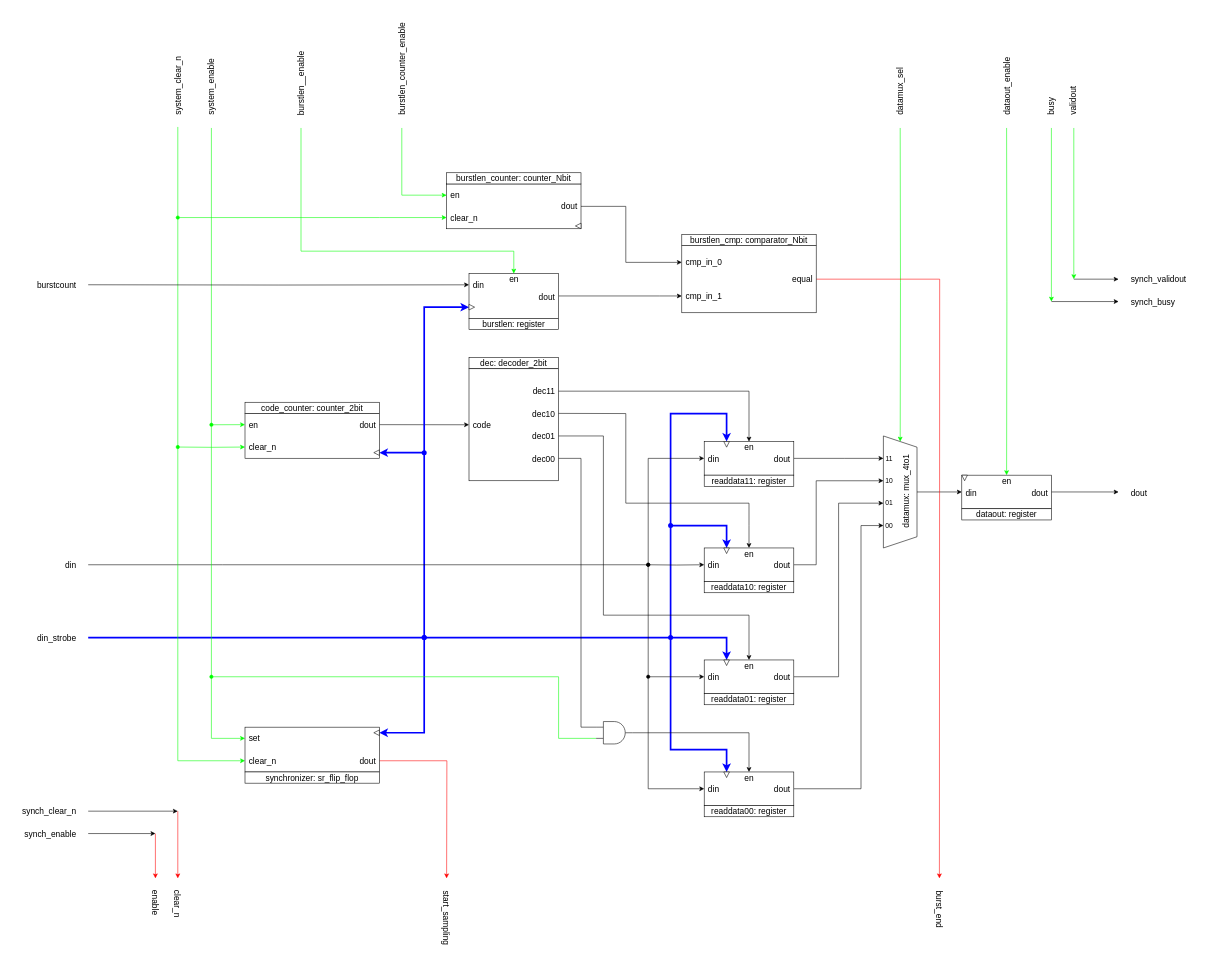
This is page "synchronizer: RTL" (5 of 10) of IP_cores/AvalonMM_to_hRAM/SSRAM_to_hRAM_v1/rtl/SSRAM_to_hRAM.drawio from AndreaBononi/IP_cores, a draw.io file, before an edit. Source tidied: cells renumbered, new cells numbered last; positions are measured from the earlier drawing's top-left corner, leaving out a move shared by most shapes. Both pictures are drawn from the tidied source at 56%, with x=0, y=0 at pixel (10, 54).
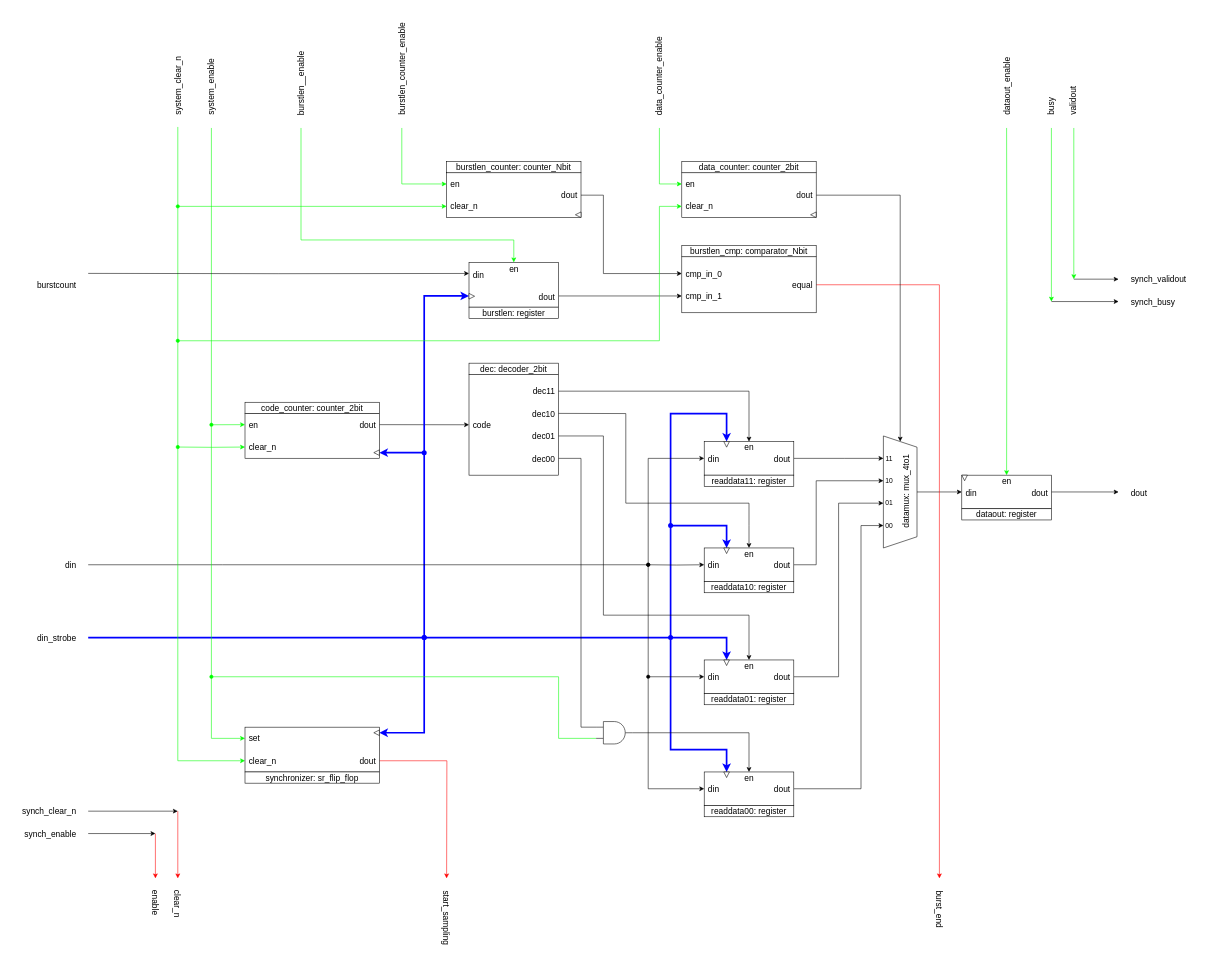
Above is the later version.

Unchanged cells that the change refers to:
```xml
<mxCell id="31" style="shape=trapezoid;perimeter=trapezoidPerimeter;whiteSpace=wrap;html=1;fixedSize=1;direction=south;horizontal=0;align=center;verticalAlign=bottom;" parent="1" vertex="1">
  <mxGeometry x="1560" y="681" width="60" height="200" as="geometry" />
</mxCell>
```

Diff of the diagram source:
```diff
@@
     <mxCell id="12" value="&lt;font style=&quot;font-size: 15px;&quot;&gt;dec: decoder_2bit&lt;/font&gt;" style="rounded=0;whiteSpace=wrap;html=1;" parent="1" vertex="1">
-      <mxGeometry x="820" y="541" width="160" height="20" as="geometry" />
+      <mxGeometry x="820" y="551" width="160" height="20" as="geometry" />
     </mxCell>
     <mxCell id="13" style="rounded=0;whiteSpace=wrap;html=1;" parent="1" vertex="1">
-      <mxGeometry x="820" y="561" width="160" height="200" as="geometry" />
+      <mxGeometry x="820" y="571" width="160" height="180" as="geometry" />
     </mxCell>
@@
-    <mxCell id="29" style="edgeStyle=orthogonalEdgeStyle;rounded=0;jettySize=auto;html=1;entryX=0;entryY=0.5;entryDx=0;entryDy=0;strokeColor=#00FF00;" parent="1" edge="1" target="31">
+    <mxCell id="29" style="edgeStyle=orthogonalEdgeStyle;rounded=0;jettySize=auto;html=1;strokeColor=#00FF00;entryX=0;entryY=0.25;entryDx=0;entryDy=0;" parent="1" edge="1" target="142">
       <mxGeometry relative="1" as="geometry">
-        <mxPoint x="1590" y="131" as="sourcePoint" />
+        <mxPoint x="1160" y="131" as="sourcePoint" />
+        <Array as="points">
+          <mxPoint x="1160" y="131" />
+          <mxPoint x="1160" y="231" />
+        </Array>
       </mxGeometry>
     </mxCell>
@@
-    <mxCell id="77" value="&lt;font style=&quot;font-size: 15px;&quot;&gt;datamux_sel&lt;/font&gt;" style="text;html=1;align=left;verticalAlign=middle;strokeColor=none;fillColor=none;rotation=-90;" parent="1" vertex="1">
-      <mxGeometry x="1535" y="40" width="110" height="30" as="geometry" />
+    <mxCell id="77" value="&lt;font style=&quot;font-size: 15px;&quot;&gt;data_counter_enable&lt;/font&gt;" style="text;html=1;align=left;verticalAlign=middle;strokeColor=none;fillColor=none;rotation=-90;" parent="1" vertex="1">
+      <mxGeometry x="1080" y="16" width="160" height="30" as="geometry" />
     </mxCell>
@@
     <mxCell id="93" style="edgeStyle=orthogonalEdgeStyle;rounded=0;jettySize=auto;html=1;entryX=0.5;entryY=0;entryDx=0;entryDy=0;strokeColor=#00FF00;startArrow=none;startFill=0;" parent="1" edge="1" target="96">
       <mxGeometry relative="1" as="geometry">
         <mxPoint x="520" y="131" as="sourcePoint" />
         <Array as="points">
-          <mxPoint x="900" y="351" />
+          <mxPoint x="520" y="331" />
+          <mxPoint x="900" y="331" />
         </Array>
       </mxGeometry>
     </mxCell>
     <mxCell id="94" style="edgeStyle=orthogonalEdgeStyle;rounded=0;orthogonalLoop=1;jettySize=auto;html=1;entryX=0;entryY=0.75;entryDx=0;entryDy=0;" parent="1" edge="1">
       <mxGeometry relative="1" as="geometry">
-        <mxPoint x="140" y="411" as="sourcePoint" />
-        <mxPoint x="820" y="411.1" as="targetPoint" />
+        <mxPoint x="140" y="390.7" as="sourcePoint" />
+        <mxPoint x="820" y="390.8" as="targetPoint" />
       </mxGeometry>
     </mxCell>
-    <mxCell id="95" style="edgeStyle=orthogonalEdgeStyle;rounded=0;jettySize=auto;html=1;exitX=1;exitY=0.5;exitDx=0;exitDy=0;entryX=0;entryY=0.75;entryDx=0;entryDy=0;" parent="1" edge="1" source="96" target="113">
+    <mxCell id="95" style="edgeStyle=orthogonalEdgeStyle;rounded=0;jettySize=auto;html=1;exitX=1;exitY=0.75;exitDx=0;exitDy=0;" parent="1" edge="1" source="96">
       <mxGeometry relative="1" as="geometry">
+        <mxPoint x="1200" y="431" as="targetPoint" />
         <Array as="points">
-          <mxPoint x="1160" y="431" />
-          <mxPoint x="1160" y="431" />
+          <mxPoint x="1170" y="431" />
+          <mxPoint x="1170" y="431" />
         </Array>
       </mxGeometry>
     </mxCell>
     <mxCell id="96" style="rounded=0;whiteSpace=wrap;html=1;horizontal=1;" parent="1" vertex="1">
-      <mxGeometry x="820" y="391" width="160" height="80" as="geometry" />
+      <mxGeometry x="820" y="371" width="160" height="80" as="geometry" />
     </mxCell>
     <mxCell id="97" value="&lt;font style=&quot;font-size: 15px;&quot;&gt;burstlen: register&lt;br&gt;&lt;/font&gt;" style="rounded=0;whiteSpace=wrap;html=1;" parent="1" vertex="1">
-      <mxGeometry x="820" y="471" width="160" height="20" as="geometry" />
+      <mxGeometry x="820" y="451" width="160" height="20" as="geometry" />
     </mxCell>
     <mxCell id="98" value="&lt;font style=&quot;font-size: 15px;&quot;&gt;dout&lt;/font&gt;" style="text;html=1;align=right;verticalAlign=middle;strokeColor=none;fillColor=none;" parent="1" vertex="1">
-      <mxGeometry x="925" y="417" width="50" height="30" as="geometry" />
+      <mxGeometry x="925" y="416.5" width="50" height="30" as="geometry" />
     </mxCell>
     <mxCell id="99" value="&lt;div align=&quot;left&quot;&gt;&lt;font style=&quot;font-size: 15px;&quot;&gt;din&lt;/font&gt;&lt;/div&gt;" style="text;html=1;align=left;verticalAlign=middle;strokeColor=none;fillColor=none;" parent="1" vertex="1">
-      <mxGeometry x="825" y="397" width="40" height="30" as="geometry" />
+      <mxGeometry x="825" y="377.5" width="40" height="30" as="geometry" />
     </mxCell>
     <mxCell id="100" value="&lt;font style=&quot;font-size: 15px;&quot;&gt;en&lt;/font&gt;" style="text;html=1;align=center;verticalAlign=middle;strokeColor=none;fillColor=none;" parent="1" vertex="1">
-      <mxGeometry x="880" y="386" width="40" height="30" as="geometry" />
+      <mxGeometry x="880" y="366.5" width="40" height="30" as="geometry" />
     </mxCell>
     <mxCell id="101" style="edgeStyle=orthogonalEdgeStyle;rounded=0;jettySize=auto;html=1;startArrow=oval;startFill=1;strokeColor=#0000FF;entryX=0;entryY=0.75;entryDx=0;entryDy=0;strokeWidth=3;" parent="1" edge="1" target="96">
       <mxGeometry relative="1" as="geometry">
         <mxPoint x="740" y="711" as="sourcePoint" />
         <Array as="points">
-          <mxPoint x="740" y="451" />
+          <mxPoint x="740" y="431" />
         </Array>
       </mxGeometry>
     </mxCell>
     <mxCell id="102" style="triangle;whiteSpace=wrap;html=1;direction=east;fontSize=15;" parent="1" vertex="1">
-      <mxGeometry x="820" y="446" width="10" height="10" as="geometry" />
+      <mxGeometry x="820" y="426.5" width="10" height="10" as="geometry" />
     </mxCell>
     <mxCell id="103" style="edgeStyle=orthogonalEdgeStyle;rounded=0;jettySize=auto;html=1;exitX=0;exitY=0.5;exitDx=0;exitDy=0;entryX=0;entryY=0.25;entryDx=0;entryDy=0;strokeColor=#00FF00;" parent="1" edge="1" target="105">
       <mxGeometry relative="1" as="geometry">
         <mxPoint x="700" y="131" as="sourcePoint" />
         <Array as="points">
-          <mxPoint x="700" y="251" />
+          <mxPoint x="700" y="231" />
         </Array>
       </mxGeometry>
     </mxCell>
-    <mxCell id="104" style="edgeStyle=orthogonalEdgeStyle;rounded=0;jettySize=auto;html=1;exitX=1;exitY=0.5;exitDx=0;exitDy=0;entryX=0;entryY=0.25;entryDx=0;entryDy=0;" parent="1" edge="1" source="105" target="113">
+    <mxCell id="104" style="edgeStyle=orthogonalEdgeStyle;rounded=0;jettySize=auto;html=1;exitX=1;exitY=0.5;exitDx=0;exitDy=0;" parent="1" edge="1" source="105">
       <mxGeometry relative="1" as="geometry">
+        <mxPoint x="1200" y="391" as="targetPoint" />
         <Array as="points">
-          <mxPoint x="1100" y="271" />
-          <mxPoint x="1100" y="371" />
+          <mxPoint x="1060" y="251" />
+          <mxPoint x="1060" y="391" />
         </Array>
       </mxGeometry>
     </mxCell>
     <mxCell id="105" style="rounded=0;whiteSpace=wrap;html=1;" parent="1" vertex="1">
-      <mxGeometry x="780" y="231" width="240" height="80" as="geometry" />
+      <mxGeometry x="780" y="211" width="240" height="80" as="geometry" />
     </mxCell>
     <mxCell id="106" value="&lt;font style=&quot;font-size: 15px;&quot;&gt;burstlen_counter: counter_Nbit&lt;/font&gt;" style="rounded=0;whiteSpace=wrap;html=1;" parent="1" vertex="1">
-      <mxGeometry x="780" y="211" width="240" height="20" as="geometry" />
+      <mxGeometry x="780" y="191" width="240" height="20" as="geometry" />
     </mxCell>
     <mxCell id="107" value="&lt;div&gt;&lt;font style=&quot;font-size: 15px;&quot;&gt;en&lt;/font&gt;&lt;/div&gt;" style="text;html=1;align=left;verticalAlign=middle;strokeColor=none;fillColor=none;" parent="1" vertex="1">
-      <mxGeometry x="785" y="236" width="40" height="30" as="geometry" />
+      <mxGeometry x="785" y="216" width="40" height="30" as="geometry" />
     </mxCell>
     <mxCell id="108" style="triangle;whiteSpace=wrap;html=1;direction=west;fontSize=15;" parent="1" vertex="1">
-      <mxGeometry x="1010" y="301" width="10" height="10" as="geometry" />
+      <mxGeometry x="1010" y="281" width="10" height="10" as="geometry" />
     </mxCell>
     <mxCell id="109" value="&lt;font style=&quot;font-size: 15px;&quot;&gt;dout&lt;/font&gt;" style="text;html=1;align=right;verticalAlign=middle;strokeColor=none;fillColor=none;" parent="1" vertex="1">
-      <mxGeometry x="965" y="256" width="50" height="30" as="geometry" />
+      <mxGeometry x="965" y="236" width="50" height="30" as="geometry" />
     </mxCell>
@@
     <mxCell id="112" style="edgeStyle=orthogonalEdgeStyle;rounded=0;jettySize=auto;html=1;exitX=1;exitY=0.5;exitDx=0;exitDy=0;strokeColor=#FF0000;" parent="1" edge="1" source="113">
       <mxGeometry relative="1" as="geometry">
         <mxPoint x="1660" y="1471" as="targetPoint" />
+        <Array as="points">
+          <mxPoint x="1660" y="411" />
+        </Array>
       </mxGeometry>
     </mxCell>
     <mxCell id="113" style="rounded=0;whiteSpace=wrap;html=1;" parent="1" vertex="1">
-      <mxGeometry x="1200" y="341" width="240" height="120" as="geometry" />
+      <mxGeometry x="1200" y="361" width="240" height="100" as="geometry" />
     </mxCell>
     <mxCell id="114" value="&lt;font style=&quot;font-size: 15px;&quot;&gt;burstlen_cmp: &lt;/font&gt;&lt;font style=&quot;font-size: 15px;&quot;&gt;comparator_Nbit&lt;/font&gt;" style="rounded=0;whiteSpace=wrap;html=1;" parent="1" vertex="1">
-      <mxGeometry x="1200" y="321" width="240" height="20" as="geometry" />
+      <mxGeometry x="1200" y="341" width="240" height="20" as="geometry" />
     </mxCell>
     <mxCell id="115" value="&lt;font style=&quot;font-size: 15px;&quot;&gt;cmp_in_0&lt;/font&gt;" style="text;html=1;align=left;verticalAlign=middle;strokeColor=none;fillColor=none;" parent="1" vertex="1">
-      <mxGeometry x="1205" y="356" width="90" height="30" as="geometry" />
+      <mxGeometry x="1205" y="376" width="90" height="30" as="geometry" />
     </mxCell>
@@
     <mxCell id="118" value="&lt;font style=&quot;font-size: 15px;&quot;&gt;equal&lt;/font&gt;" style="text;html=1;align=right;verticalAlign=middle;strokeColor=none;fillColor=none;" parent="1" vertex="1">
-      <mxGeometry x="1375" y="386" width="60" height="30" as="geometry" />
+      <mxGeometry x="1375" y="397" width="60" height="30" as="geometry" />
     </mxCell>
@@
     <mxCell id="126" style="edgeStyle=orthogonalEdgeStyle;rounded=0;jettySize=auto;html=1;entryX=0;entryY=0.75;entryDx=0;entryDy=0;strokeColor=#00FF00;startArrow=oval;startFill=1;" parent="1" edge="1" target="105">
       <mxGeometry relative="1" as="geometry">
-        <mxPoint x="300" y="291" as="sourcePoint" />
+        <mxPoint x="300" y="271" as="sourcePoint" />
         <Array as="points">
-          <mxPoint x="660" y="291" />
+          <mxPoint x="470" y="271" />
+          <mxPoint x="470" y="271" />
         </Array>
       </mxGeometry>
     </mxCell>
     <mxCell id="127" value="&lt;font style=&quot;font-size: 15px;&quot;&gt;clear_n&lt;/font&gt;" style="text;html=1;align=left;verticalAlign=middle;strokeColor=none;fillColor=none;" parent="1" vertex="1">
-      <mxGeometry x="785" y="276" width="70" height="30" as="geometry" />
+      <mxGeometry x="785" y="256" width="70" height="30" as="geometry" />
     </mxCell>
@@
+    <mxCell id="141" style="edgeStyle=orthogonalEdgeStyle;rounded=0;jettySize=auto;html=1;exitX=1;exitY=0.5;exitDx=0;exitDy=0;entryX=0;entryY=0.5;entryDx=0;entryDy=0;" parent="1" edge="1" source="142" target="31">
+      <mxGeometry relative="1" as="geometry" />
+    </mxCell>
+    <mxCell id="142" style="rounded=0;whiteSpace=wrap;html=1;" parent="1" vertex="1">
+      <mxGeometry x="1200" y="211" width="240" height="80" as="geometry" />
+    </mxCell>
+    <mxCell id="143" value="&lt;font style=&quot;font-size: 15px;&quot;&gt;data_&lt;font style=&quot;font-size: 15px;&quot;&gt;counter: counter_2bit&lt;/font&gt;&lt;/font&gt;" style="rounded=0;whiteSpace=wrap;html=1;" parent="1" vertex="1">
+      <mxGeometry x="1200" y="191" width="240" height="20" as="geometry" />
+    </mxCell>
+    <mxCell id="144" value="&lt;div&gt;&lt;font style=&quot;font-size: 15px;&quot;&gt;en&lt;/font&gt;&lt;/div&gt;" style="text;html=1;align=left;verticalAlign=middle;strokeColor=none;fillColor=none;" parent="1" vertex="1">
+      <mxGeometry x="1205" y="216" width="40" height="30" as="geometry" />
+    </mxCell>
+    <mxCell id="145" style="triangle;whiteSpace=wrap;html=1;direction=west;fontSize=15;" parent="1" vertex="1">
+      <mxGeometry x="1430" y="281" width="10" height="10" as="geometry" />
+    </mxCell>
+    <mxCell id="146" value="&lt;div align=&quot;left&quot;&gt;&lt;font style=&quot;font-size: 15px;&quot;&gt;clear_n&lt;/font&gt;&lt;/div&gt;" style="text;html=1;align=left;verticalAlign=middle;strokeColor=none;fillColor=none;" parent="1" vertex="1">
+      <mxGeometry x="1205" y="255.2" width="70" height="30" as="geometry" />
+    </mxCell>
+    <mxCell id="147" value="&lt;font style=&quot;font-size: 15px;&quot;&gt;dout&lt;/font&gt;" style="text;html=1;align=right;verticalAlign=middle;strokeColor=none;fillColor=none;" parent="1" vertex="1">
+      <mxGeometry x="1385" y="236" width="50" height="30" as="geometry" />
+    </mxCell>
+    <mxCell id="148" style="edgeStyle=orthogonalEdgeStyle;rounded=0;jettySize=auto;html=1;entryX=0;entryY=0.75;entryDx=0;entryDy=0;strokeColor=#00FF00;startArrow=oval;startFill=1;" parent="1" edge="1" target="142">
+      <mxGeometry relative="1" as="geometry">
+        <mxPoint x="300" y="511" as="sourcePoint" />
+        <Array as="points">
+          <mxPoint x="1160" y="511" />
+          <mxPoint x="1160" y="271" />
+        </Array>
+      </mxGeometry>
+    </mxCell>
```
